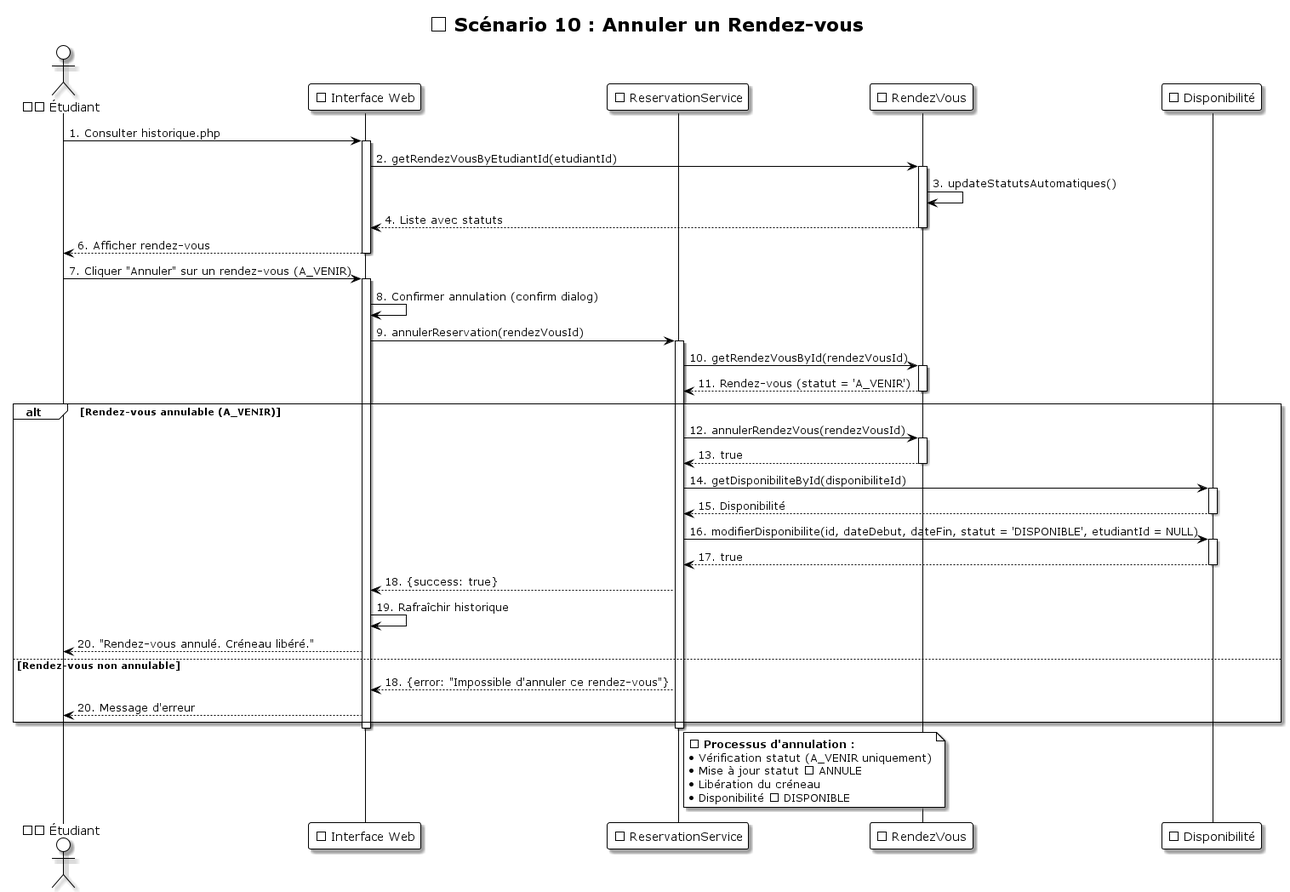
The PlantUML diagram UML/diagrammes_sequence/Sequence_10_Annuler_RendezVous.png in LLAbdul/LLAbdul-projet-tutoplus, before a commit.
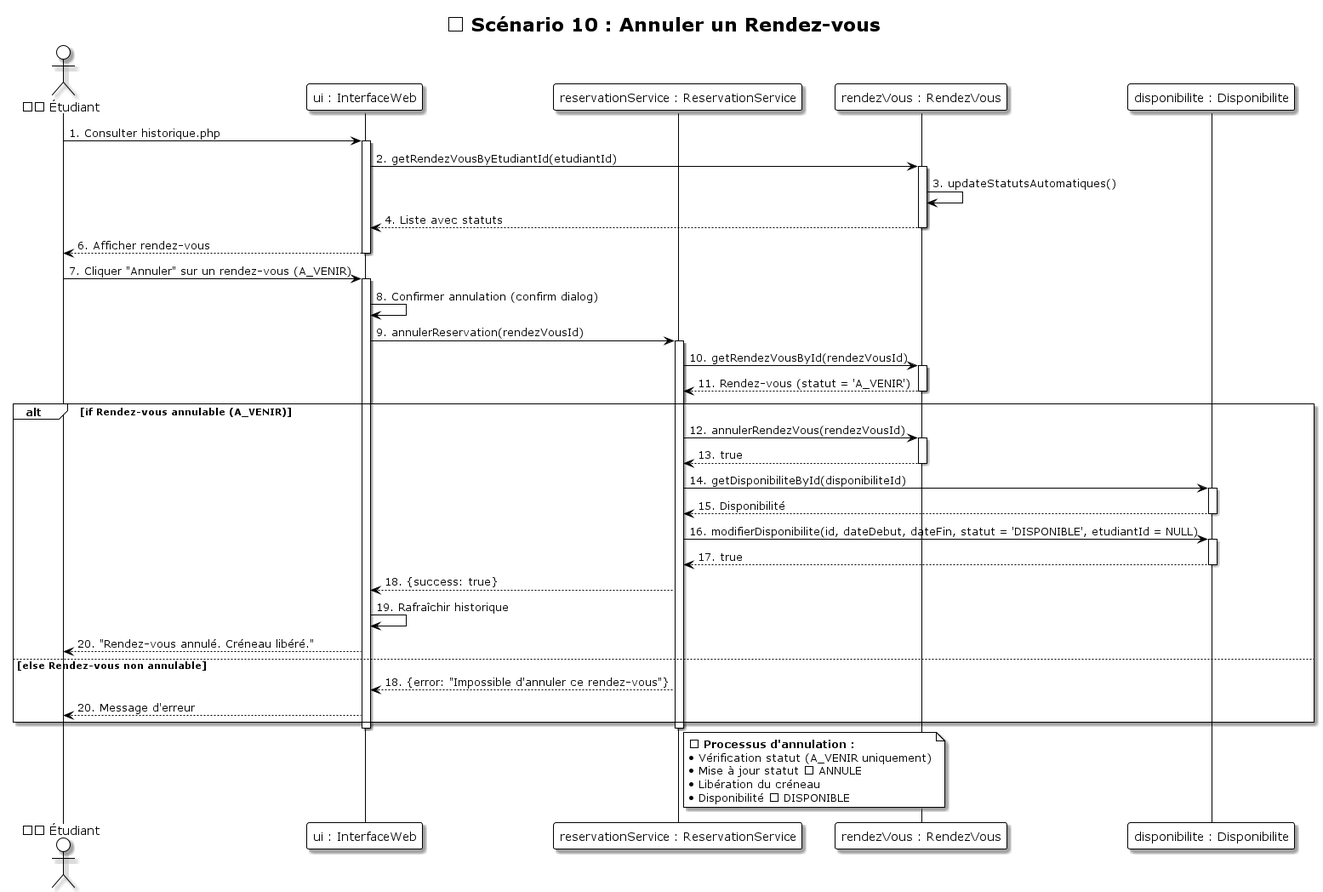
Later version of the same file.

Commit message:
update diagrame de sequence

Diff of the diagram source:
```diff
@@ -6,10 +6,10 @@
 title 🚫 Scénario 10 : Annuler un Rendez-vous
 
 actor "👨‍🎓 Étudiant" as Etudiant
-participant "🌐 Interface Web" as UI
-participant "📅 ReservationService" as ReservationService
-participant "📋 RendezVous" as RendezVous
-participant "⏰ Disponibilité" as Disponibilite
+participant "ui : InterfaceWeb" as UI
+participant "reservationService : ReservationService" as ReservationService
+participant "rendezVous : RendezVous" as RendezVous
+participant "disponibilite : Disponibilite" as Disponibilite
 
 Etudiant -> UI: 1. Consulter historique.php
 activate UI
@@ -32,7 +32,7 @@
 RendezVous --> ReservationService: 11. Rendez-vous (statut = 'A_VENIR')
 deactivate RendezVous
 
-alt Rendez-vous annulable (A_VENIR)
+alt if Rendez-vous annulable (A_VENIR)
     ReservationService -> RendezVous: 12. annulerRendezVous(rendezVousId)
     activate RendezVous
     RendezVous --> ReservationService: 13. true
@@ -51,7 +51,7 @@
     ReservationService --> UI: 18. {success: true}
     UI -> UI: 19. Rafraîchir historique
     UI --> Etudiant: 20. "Rendez-vous annulé. Créneau libéré."
-else Rendez-vous non annulable
+else else Rendez-vous non annulable
     ReservationService --> UI: 18. {error: "Impossible d'annuler ce rendez-vous"}
     UI --> Etudiant: 20. Message d'erreur
 end
```
